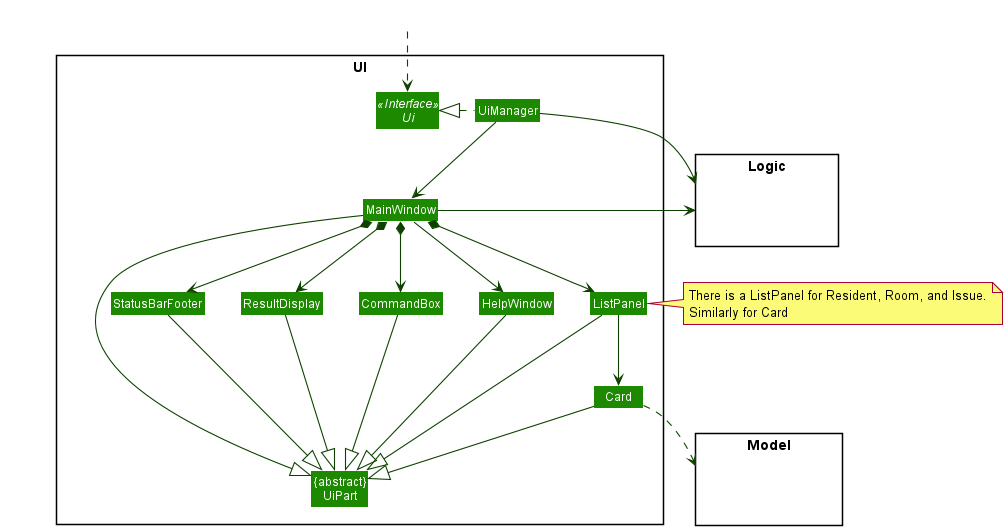
Earlier version of the PlantUML export docs/images/UiClassDiagram.png (nus-cs2103-AY2021S2/tp).
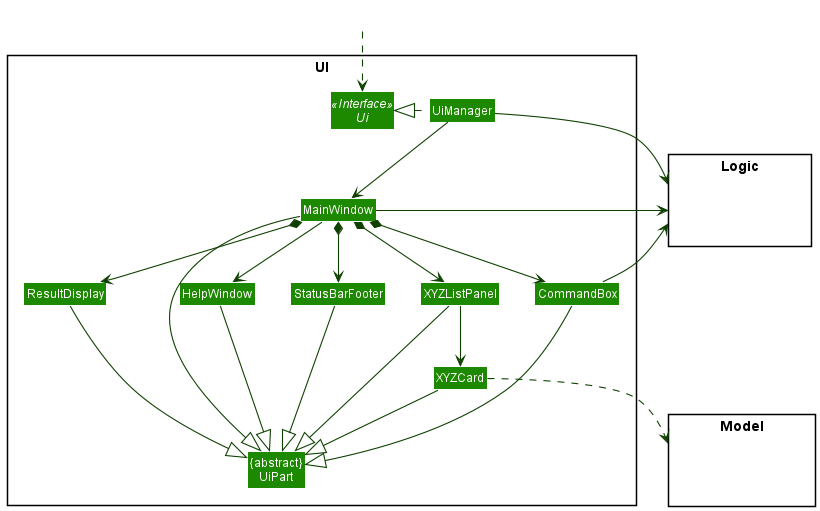
Above is the later version.

Commit message:
Docs(UI): Update UI diagram and description

What changed in the source:
```diff
@@ -11,8 +11,8 @@
 Class MainWindow
 Class HelpWindow
 Class ResultDisplay
-Class ListPanel
-Class Card
+Class XYZListPanel
+Class XYZCard
 Class StatusBarFooter
 Class CommandBox
 }
@@ -33,29 +33,25 @@
 MainWindow --> HelpWindow
 MainWindow *-down-> CommandBox
 MainWindow *-down-> ResultDisplay
-MainWindow *-down-> ListPanel
-note right
-There is a ListPanel for Resident, Room, and Issue.
-Similarly for Card
-end note
+MainWindow *-down-> XYZListPanel
 MainWindow *-down-> StatusBarFooter
 
-ListPanel -down-> Card
+XYZListPanel -down-> XYZCard
 
 MainWindow -left-|> UiPart
-
 ResultDisplay --|> UiPart
 CommandBox --|> UiPart
-ListPanel --|> UiPart
-Card --|> UiPart
+CommandBox --> Logic
+XYZListPanel --|> UiPart
+XYZCard --|> UiPart
 StatusBarFooter --|> UiPart
 HelpWindow -down-|> UiPart
 
-Card ..> Model
+XYZCard ..> Model
 UiManager -right-> Logic
 MainWindow -left-> Logic
 
-ListPanel -[hidden]left- HelpWindow
+XYZListPanel -[hidden]left- HelpWindow
 HelpWindow -[hidden]left- CommandBox
 CommandBox -[hidden]left- ResultDisplay
 ResultDisplay -[hidden]left- StatusBarFooter
```
